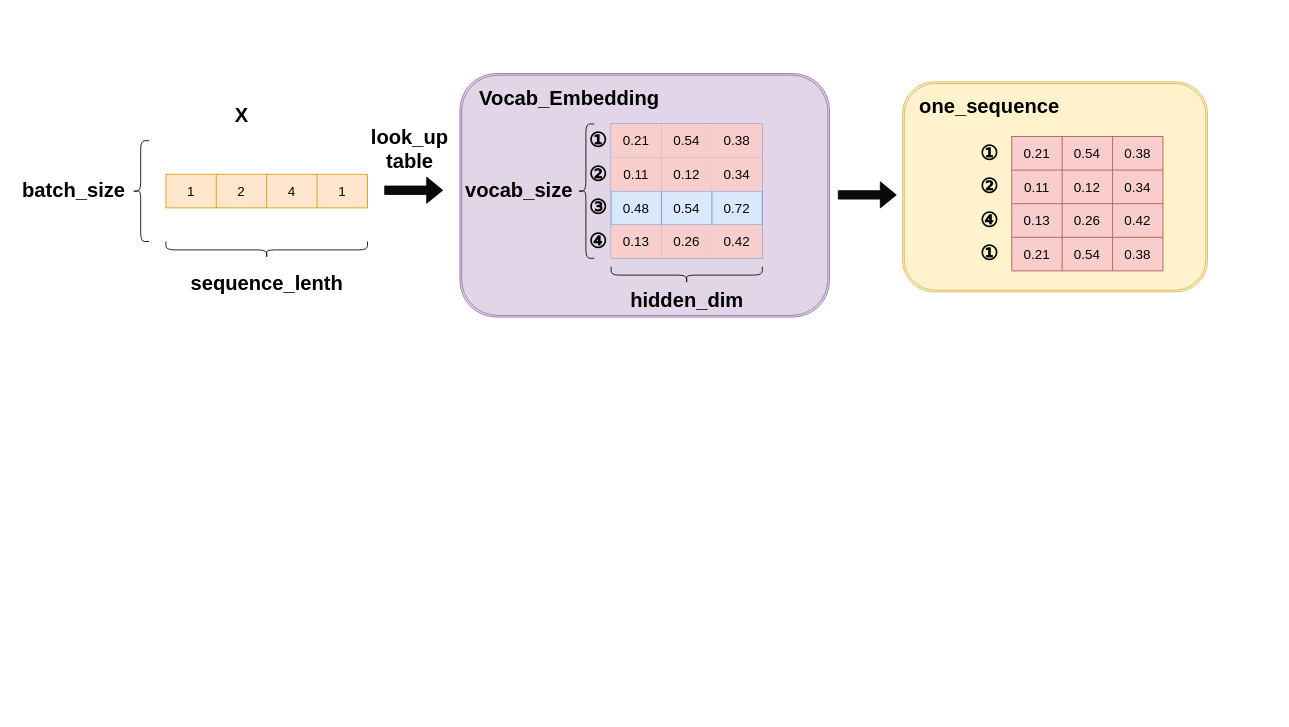
This is drawio_images/Vocab_embedding.drawio from zty-king/zty-king, a draw.io file, before an edit. Source tidied: cells renumbered, new cells numbered last; positions are measured from the earlier drawing's top-left corner, leaving out a move shared by most shapes. Both pictures are drawn from the tidied source at 84%, with x=0, y=0 at pixel (31, 73).
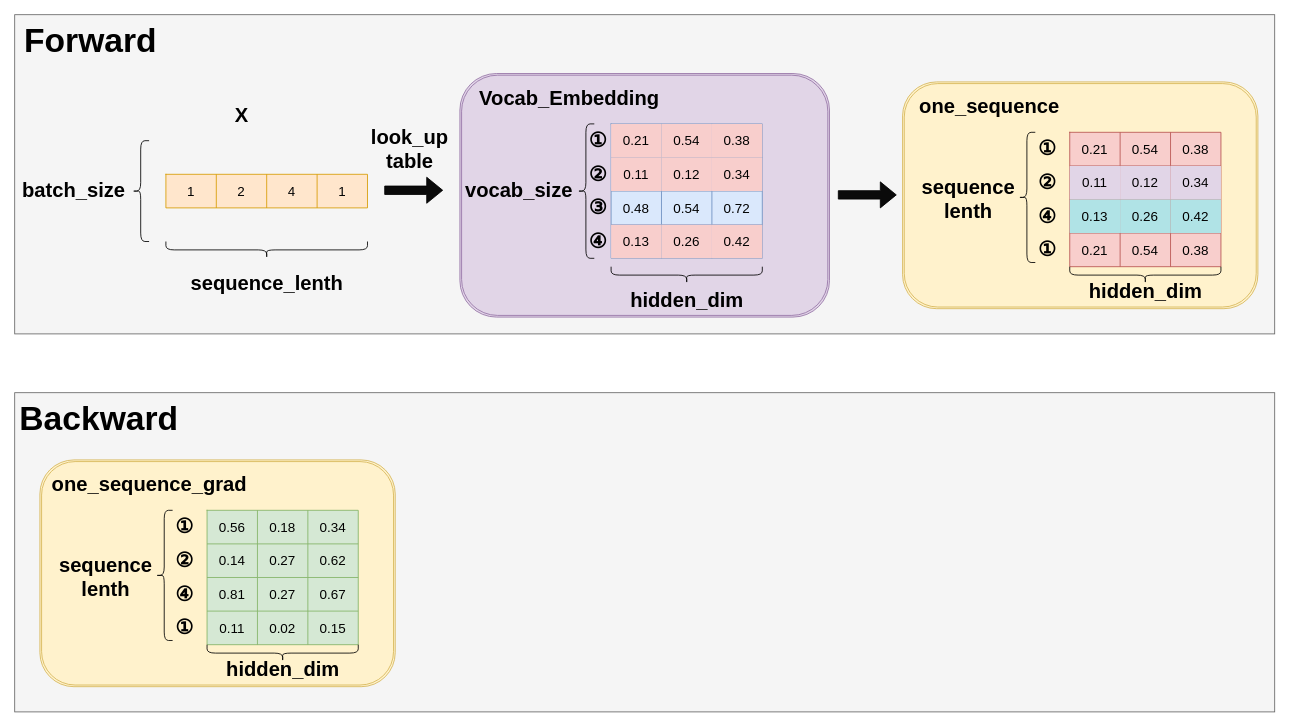
The same diagram, later.

The change refers to these unchanged cells:
```xml
<mxCell id="45" style="shape=tableRow;horizontal=0;startSize=0;swimlaneHead=0;swimlaneBody=0;strokeColor=inherit;top=0;left=0;bottom=0;right=0;fillColor=none;fontSize=16;" parent="40" vertex="1">
  <mxGeometry y="40" width="180" height="40" as="geometry" />
</mxCell>
<mxCell id="49" style="shape=tableRow;horizontal=0;startSize=0;swimlaneHead=0;swimlaneBody=0;strokeColor=inherit;top=0;left=0;bottom=0;right=0;fillColor=none;fontSize=16;" parent="40" vertex="1">
  <mxGeometry y="80" width="180" height="40" as="geometry" />
</mxCell>
```

The edit, as a diff of the source:
```diff
@@
+    <mxCell id="66" style="rounded=0;whiteSpace=wrap;html=1;fillColor=#f5f5f5;fontColor=#333333;strokeColor=#666666;" parent="1" vertex="1">
+      <mxGeometry x="-20" y="-70" width="1500" height="380" as="geometry" />
+    </mxCell>
@@
     <mxCell id="38" style="shape=ext;double=1;rounded=1;whiteSpace=wrap;html=1;fillColor=#fff2cc;strokeColor=#d6b656;" parent="1" vertex="1">
-      <mxGeometry x="1037" y="10" width="363" height="250" as="geometry" />
+      <mxGeometry x="1037" y="10" width="423" height="270" as="geometry" />
     </mxCell>
@@
     <mxCell id="40" style="shape=table;startSize=0;childLayout=tableLayout;fontSize=16;fillColor=#f8cecc;strokeColor=#b85450;" parent="1" vertex="1">
-      <mxGeometry x="1167" y="75" width="180" height="160" as="geometry" />
+      <mxGeometry x="1236" y="70" width="180" height="160" as="geometry" />
     </mxCell>
@@
-    <mxCell id="46" value="0.11" style="shape=partialRectangle;html=1;whiteSpace=wrap;strokeColor=inherit;overflow=hidden;fillColor=none;top=0;left=0;bottom=0;right=0;fontSize=16;" parent="45" vertex="1">
+    <mxCell id="46" value="0.11" style="shape=partialRectangle;html=1;whiteSpace=wrap;strokeColor=#9673a6;overflow=hidden;fillColor=#e1d5e7;top=0;left=0;bottom=0;right=0;fontSize=16;" parent="45" vertex="1">
       <mxGeometry width="60" height="40" as="geometry" />
     </mxCell>
-    <mxCell id="47" value="0.12" style="shape=partialRectangle;html=1;whiteSpace=wrap;strokeColor=inherit;overflow=hidden;fillColor=none;top=0;left=0;bottom=0;right=0;fontSize=16;" parent="45" vertex="1">
+    <mxCell id="47" value="0.12" style="shape=partialRectangle;html=1;whiteSpace=wrap;strokeColor=#9673a6;overflow=hidden;fillColor=#e1d5e7;top=0;left=0;bottom=0;right=0;fontSize=16;" parent="45" vertex="1">
       <mxGeometry x="60" width="60" height="40" as="geometry" />
     </mxCell>
-    <mxCell id="48" value="0.34" style="shape=partialRectangle;html=1;whiteSpace=wrap;strokeColor=inherit;overflow=hidden;fillColor=none;top=0;left=0;bottom=0;right=0;fontSize=16;" parent="45" vertex="1">
+    <mxCell id="48" value="0.34" style="shape=partialRectangle;html=1;whiteSpace=wrap;strokeColor=#9673a6;overflow=hidden;fillColor=#e1d5e7;top=0;left=0;bottom=0;right=0;fontSize=16;" parent="45" vertex="1">
       <mxGeometry x="120" width="60" height="40" as="geometry" />
     </mxCell>
@@
-    <mxCell id="50" value="0.13" style="shape=partialRectangle;html=1;whiteSpace=wrap;strokeColor=inherit;overflow=hidden;fillColor=none;top=0;left=0;bottom=0;right=0;fontSize=16;" parent="49" vertex="1">
+    <mxCell id="50" value="0.13" style="shape=partialRectangle;html=1;whiteSpace=wrap;strokeColor=#0e8088;overflow=hidden;fillColor=#b0e3e6;top=0;left=0;bottom=0;right=0;fontSize=16;" parent="49" vertex="1">
       <mxGeometry width="60" height="40" as="geometry" />
     </mxCell>
-    <mxCell id="51" value="0.26" style="shape=partialRectangle;html=1;whiteSpace=wrap;strokeColor=inherit;overflow=hidden;fillColor=none;top=0;left=0;bottom=0;right=0;fontSize=16;" parent="49" vertex="1">
+    <mxCell id="51" value="0.26" style="shape=partialRectangle;html=1;whiteSpace=wrap;strokeColor=#0e8088;overflow=hidden;fillColor=#b0e3e6;top=0;left=0;bottom=0;right=0;fontSize=16;" parent="49" vertex="1">
       <mxGeometry x="60" width="60" height="40" as="geometry" />
     </mxCell>
-    <mxCell id="52" value="0.42" style="shape=partialRectangle;html=1;whiteSpace=wrap;strokeColor=inherit;overflow=hidden;fillColor=none;top=0;left=0;bottom=0;right=0;fontSize=16;" parent="49" vertex="1">
+    <mxCell id="52" value="0.42" style="shape=partialRectangle;html=1;whiteSpace=wrap;strokeColor=#0e8088;overflow=hidden;fillColor=#b0e3e6;top=0;left=0;bottom=0;right=0;fontSize=16;" parent="49" vertex="1">
       <mxGeometry x="120" width="60" height="40" as="geometry" />
     </mxCell>
@@
     <mxCell id="61" value="①" style="text;strokeColor=none;fillColor=none;html=1;fontSize=24;fontStyle=1;verticalAlign=middle;align=center;" parent="1" vertex="1">
-      <mxGeometry x="1090" y="75" width="100" height="40" as="geometry" />
+      <mxGeometry x="1159" y="70" width="100" height="40" as="geometry" />
     </mxCell>
     <mxCell id="62" value="②" style="text;strokeColor=none;fillColor=none;html=1;fontSize=24;fontStyle=1;verticalAlign=middle;align=center;" parent="1" vertex="1">
-      <mxGeometry x="1090" y="115" width="100" height="40" as="geometry" />
+      <mxGeometry x="1159" y="110" width="100" height="40" as="geometry" />
     </mxCell>
     <mxCell id="63" value="④" style="text;strokeColor=none;fillColor=none;html=1;fontSize=24;fontStyle=1;verticalAlign=middle;align=center;" parent="1" vertex="1">
-      <mxGeometry x="1090" y="155" width="100" height="40" as="geometry" />
+      <mxGeometry x="1159" y="150" width="100" height="40" as="geometry" />
     </mxCell>
     <mxCell id="64" value="①" style="text;strokeColor=none;fillColor=none;html=1;fontSize=24;fontStyle=1;verticalAlign=middle;align=center;" parent="1" vertex="1">
-      <mxGeometry x="1090" y="195" width="100" height="40" as="geometry" />
+      <mxGeometry x="1159" y="190" width="100" height="40" as="geometry" />
     </mxCell>
@@
+    <mxCell id="67" value="Forward" style="text;strokeColor=none;fillColor=none;html=1;fontSize=40;fontStyle=1;verticalAlign=middle;align=center;" parent="1" vertex="1">
+      <mxGeometry x="20" y="-60" width="100" height="40" as="geometry" />
+    </mxCell>
+    <mxCell id="68" style="rounded=0;whiteSpace=wrap;html=1;fillColor=#f5f5f5;fontColor=#333333;strokeColor=#666666;" parent="1" vertex="1">
+      <mxGeometry x="-20" y="380" width="1500" height="380" as="geometry" />
+    </mxCell>
+    <mxCell id="69" value="Backward" style="text;strokeColor=none;fillColor=none;html=1;fontSize=40;fontStyle=1;verticalAlign=middle;align=center;" parent="1" vertex="1">
+      <mxGeometry x="30" y="390" width="100" height="40" as="geometry" />
+    </mxCell>
+    <mxCell id="70" style="shape=curlyBracket;whiteSpace=wrap;html=1;rounded=1;labelPosition=left;verticalLabelPosition=middle;align=right;verticalAlign=middle;" parent="1" vertex="1">
+      <mxGeometry x="1175" y="70" width="20" height="155" as="geometry" />
+    </mxCell>
+    <mxCell id="71" value="sequence&lt;div&gt;lenth&lt;/div&gt;" style="text;strokeColor=none;fillColor=none;html=1;fontSize=24;fontStyle=1;verticalAlign=middle;align=center;" parent="1" vertex="1">
+      <mxGeometry x="1060" y="130" width="110" height="40" as="geometry" />
+    </mxCell>
+    <mxCell id="72" style="shape=curlyBracket;whiteSpace=wrap;html=1;rounded=1;labelPosition=left;verticalLabelPosition=middle;align=right;verticalAlign=middle;rotation=-90;" parent="1" vertex="1">
+      <mxGeometry x="1316" y="150" width="20" height="180" as="geometry" />
+    </mxCell>
+    <mxCell id="73" value="hidden_dim" style="text;strokeColor=none;fillColor=none;html=1;fontSize=24;fontStyle=1;verticalAlign=middle;align=center;" parent="1" vertex="1">
+      <mxGeometry x="1276" y="240" width="100" height="40" as="geometry" />
+    </mxCell>
+    <mxCell id="74" style="shape=ext;double=1;rounded=1;whiteSpace=wrap;html=1;fillColor=#fff2cc;strokeColor=#d6b656;" parent="1" vertex="1">
+      <mxGeometry x="10" y="460" width="423" height="270" as="geometry" />
+    </mxCell>
+    <mxCell id="75" value="one_sequence_grad" style="text;strokeColor=none;fillColor=none;html=1;fontSize=24;fontStyle=1;verticalAlign=middle;align=center;" parent="1" vertex="1">
+      <mxGeometry x="90" y="470" width="100" height="40" as="geometry" />
+    </mxCell>
+    <mxCell id="76" style="shape=table;startSize=0;childLayout=tableLayout;fontSize=16;fillColor=#d5e8d4;strokeColor=#82b366;" parent="1" vertex="1">
+      <mxGeometry x="209" y="520" width="180" height="160" as="geometry" />
+    </mxCell>
+    <mxCell id="77" style="shape=tableRow;horizontal=0;startSize=0;swimlaneHead=0;swimlaneBody=0;strokeColor=inherit;top=0;left=0;bottom=0;right=0;fillColor=none;fontSize=16;" parent="76" vertex="1">
+      <mxGeometry width="180" height="40" as="geometry" />
+    </mxCell>
+    <mxCell id="78" value="0.56" style="shape=partialRectangle;html=1;whiteSpace=wrap;strokeColor=inherit;overflow=hidden;fillColor=none;top=0;left=0;bottom=0;right=0;fontSize=16;" parent="77" vertex="1">
+      <mxGeometry width="60" height="40" as="geometry" />
+    </mxCell>
+    <mxCell id="79" value="0.18" style="shape=partialRectangle;html=1;whiteSpace=wrap;strokeColor=inherit;overflow=hidden;fillColor=none;top=0;left=0;bottom=0;right=0;fontSize=16;" parent="77" vertex="1">
+      <mxGeometry x="60" width="60" height="40" as="geometry" />
+    </mxCell>
+    <mxCell id="80" value="0.34" style="shape=partialRectangle;html=1;whiteSpace=wrap;strokeColor=inherit;overflow=hidden;fillColor=none;top=0;left=0;bottom=0;right=0;fontSize=16;" parent="77" vertex="1">
+      <mxGeometry x="120" width="60" height="40" as="geometry" />
+    </mxCell>
+    <mxCell id="81" style="shape=tableRow;horizontal=0;startSize=0;swimlaneHead=0;swimlaneBody=0;strokeColor=inherit;top=0;left=0;bottom=0;right=0;fillColor=none;fontSize=16;" parent="76" vertex="1">
+      <mxGeometry y="40" width="180" height="40" as="geometry" />
+    </mxCell>
+    <mxCell id="82" value="0.14" style="shape=partialRectangle;html=1;whiteSpace=wrap;strokeColor=inherit;overflow=hidden;fillColor=none;top=0;left=0;bottom=0;right=0;fontSize=16;" parent="81" vertex="1">
+      <mxGeometry width="60" height="40" as="geometry" />
+    </mxCell>
+    <mxCell id="83" value="0.27" style="shape=partialRectangle;html=1;whiteSpace=wrap;strokeColor=inherit;overflow=hidden;fillColor=none;top=0;left=0;bottom=0;right=0;fontSize=16;" parent="81" vertex="1">
+      <mxGeometry x="60" width="60" height="40" as="geometry" />
+    </mxCell>
+    <mxCell id="84" value="0.62" style="shape=partialRectangle;html=1;whiteSpace=wrap;strokeColor=inherit;overflow=hidden;fillColor=none;top=0;left=0;bottom=0;right=0;fontSize=16;" parent="81" vertex="1">
+      <mxGeometry x="120" width="60" height="40" as="geometry" />
+    </mxCell>
+    <mxCell id="85" style="shape=tableRow;horizontal=0;startSize=0;swimlaneHead=0;swimlaneBody=0;strokeColor=inherit;top=0;left=0;bottom=0;right=0;fillColor=none;fontSize=16;" parent="76" vertex="1">
+      <mxGeometry y="80" width="180" height="40" as="geometry" />
+    </mxCell>
+    <mxCell id="86" value="0.81" style="shape=partialRectangle;html=1;whiteSpace=wrap;strokeColor=inherit;overflow=hidden;fillColor=none;top=0;left=0;bottom=0;right=0;fontSize=16;" parent="85" vertex="1">
+      <mxGeometry width="60" height="40" as="geometry" />
+    </mxCell>
+    <mxCell id="87" value="0.27" style="shape=partialRectangle;html=1;whiteSpace=wrap;strokeColor=inherit;overflow=hidden;fillColor=none;top=0;left=0;bottom=0;right=0;fontSize=16;" parent="85" vertex="1">
+      <mxGeometry x="60" width="60" height="40" as="geometry" />
+    </mxCell>
+    <mxCell id="88" value="0.67" style="shape=partialRectangle;html=1;whiteSpace=wrap;strokeColor=inherit;overflow=hidden;fillColor=none;top=0;left=0;bottom=0;right=0;fontSize=16;" parent="85" vertex="1">
+      <mxGeometry x="120" width="60" height="40" as="geometry" />
+    </mxCell>
+    <mxCell id="89" style="shape=tableRow;horizontal=0;startSize=0;swimlaneHead=0;swimlaneBody=0;strokeColor=inherit;top=0;left=0;bottom=0;right=0;fillColor=none;fontSize=16;" parent="76" vertex="1">
+      <mxGeometry y="120" width="180" height="40" as="geometry" />
+    </mxCell>
+    <mxCell id="90" value="0.11" style="shape=partialRectangle;html=1;whiteSpace=wrap;strokeColor=inherit;overflow=hidden;fillColor=none;top=0;left=0;bottom=0;right=0;fontSize=16;" parent="89" vertex="1">
+      <mxGeometry width="60" height="40" as="geometry" />
+    </mxCell>
+    <mxCell id="91" value="0.02" style="shape=partialRectangle;html=1;whiteSpace=wrap;strokeColor=inherit;overflow=hidden;fillColor=none;top=0;left=0;bottom=0;right=0;fontSize=16;" parent="89" vertex="1">
+      <mxGeometry x="60" width="60" height="40" as="geometry" />
+    </mxCell>
+    <mxCell id="92" value="0.15" style="shape=partialRectangle;html=1;whiteSpace=wrap;strokeColor=inherit;overflow=hidden;fillColor=none;top=0;left=0;bottom=0;right=0;fontSize=16;" parent="89" vertex="1">
+      <mxGeometry x="120" width="60" height="40" as="geometry" />
+    </mxCell>
+    <mxCell id="93" value="①" style="text;strokeColor=none;fillColor=none;html=1;fontSize=24;fontStyle=1;verticalAlign=middle;align=center;" parent="1" vertex="1">
+      <mxGeometry x="132" y="520" width="100" height="40" as="geometry" />
+    </mxCell>
+    <mxCell id="94" value="②" style="text;strokeColor=none;fillColor=none;html=1;fontSize=24;fontStyle=1;verticalAlign=middle;align=center;" parent="1" vertex="1">
+      <mxGeometry x="132" y="560" width="100" height="40" as="geometry" />
+    </mxCell>
+    <mxCell id="95" value="④" style="text;strokeColor=none;fillColor=none;html=1;fontSize=24;fontStyle=1;verticalAlign=middle;align=center;" parent="1" vertex="1">
+      <mxGeometry x="132" y="600" width="100" height="40" as="geometry" />
+    </mxCell>
+    <mxCell id="96" value="①" style="text;strokeColor=none;fillColor=none;html=1;fontSize=24;fontStyle=1;verticalAlign=middle;align=center;" parent="1" vertex="1">
+      <mxGeometry x="132" y="640" width="100" height="40" as="geometry" />
+    </mxCell>
+    <mxCell id="97" style="shape=curlyBracket;whiteSpace=wrap;html=1;rounded=1;labelPosition=left;verticalLabelPosition=middle;align=right;verticalAlign=middle;" parent="1" vertex="1">
+      <mxGeometry x="148" y="520" width="20" height="155" as="geometry" />
+    </mxCell>
+    <mxCell id="98" value="sequence&lt;div&gt;lenth&lt;/div&gt;" style="text;strokeColor=none;fillColor=none;html=1;fontSize=24;fontStyle=1;verticalAlign=middle;align=center;" parent="1" vertex="1">
+      <mxGeometry x="33" y="580" width="110" height="40" as="geometry" />
+    </mxCell>
+    <mxCell id="99" style="shape=curlyBracket;whiteSpace=wrap;html=1;rounded=1;labelPosition=left;verticalLabelPosition=middle;align=right;verticalAlign=middle;rotation=-90;" parent="1" vertex="1">
+      <mxGeometry x="289" y="600" width="20" height="180" as="geometry" />
+    </mxCell>
+    <mxCell id="100" value="hidden_dim" style="text;strokeColor=none;fillColor=none;html=1;fontSize=24;fontStyle=1;verticalAlign=middle;align=center;" parent="1" vertex="1">
+      <mxGeometry x="249" y="690" width="100" height="40" as="geometry" />
+    </mxCell>
```
